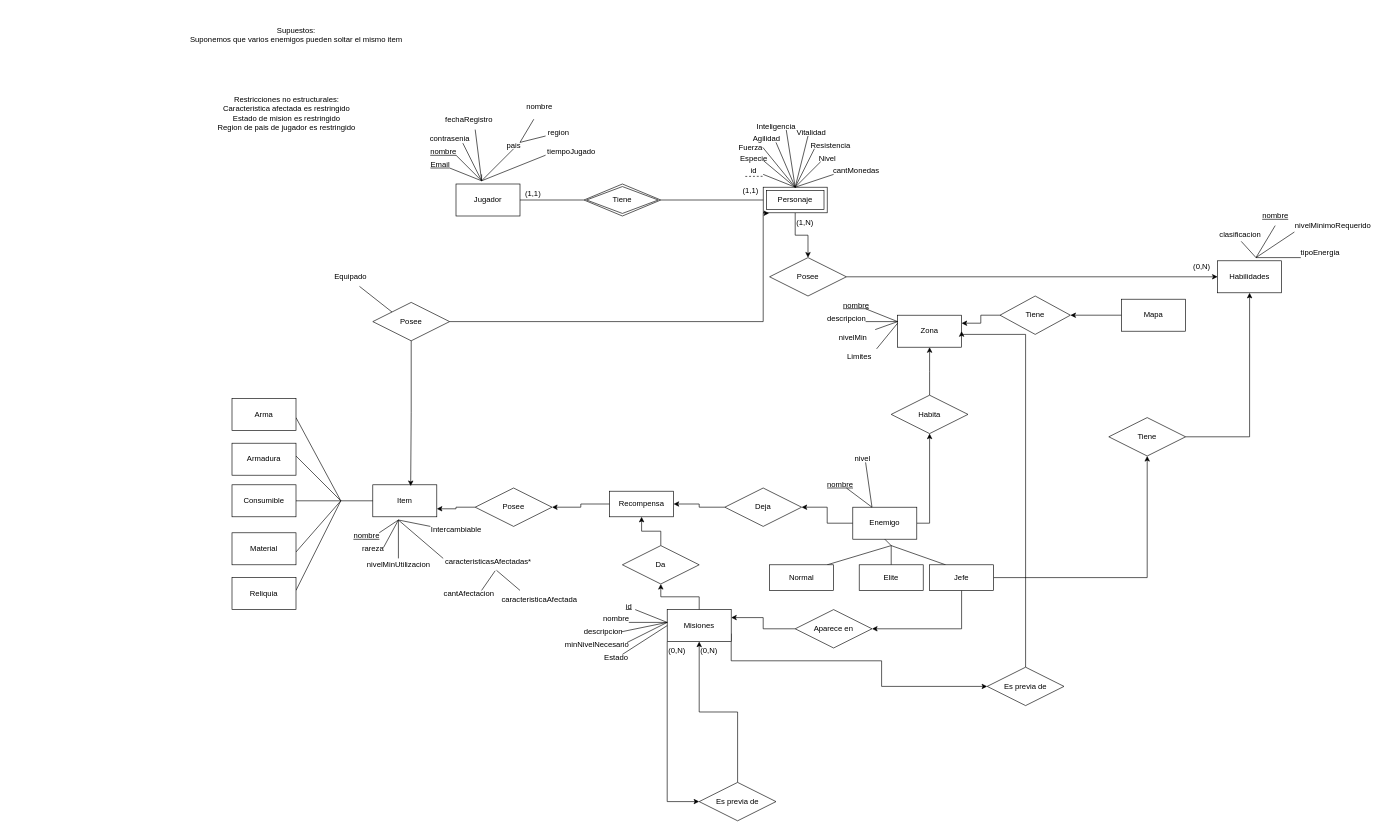
Earlier version of the draw.io diagram DOC/Parte1/Parte1.drawio (MartinAlonsoo/Obligatorio1BD2). Source tidied: cells renumbered, new cells numbered last; positions are measured from the earlier drawing's top-left corner, leaving out a move shared by most shapes. Both pictures are drawn from the tidied source at 64%, with x=0, y=0 at pixel (180, 20).
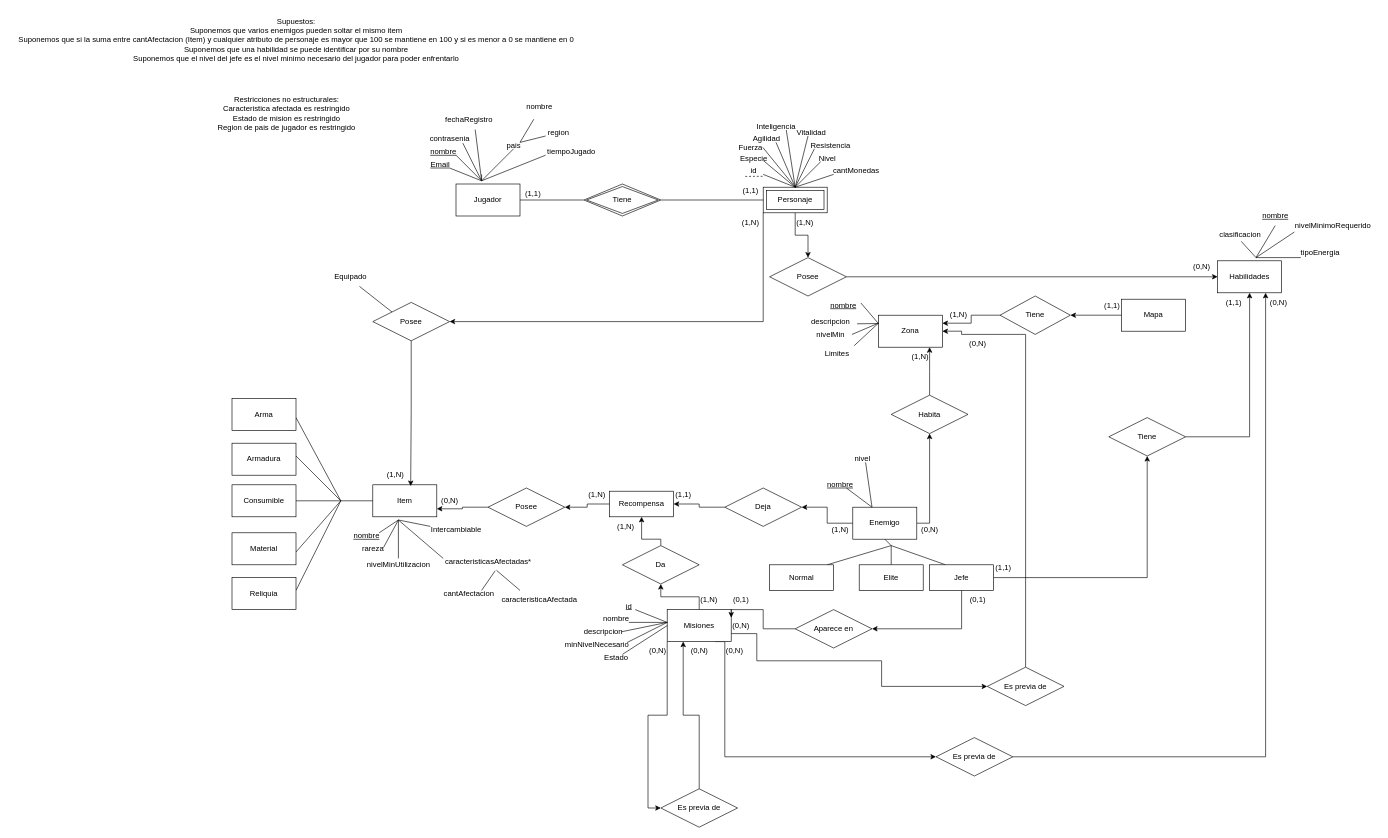
The same page after the edit.

The change refers to these unchanged cells:
```xml
<mxCell id="8" value="Personaje" style="shape=ext;margin=3;double=1;whiteSpace=wrap;html=1;align=center;" parent="1" vertex="1">
  <mxGeometry x="910" y="260" width="100" height="40" as="geometry" />
</mxCell>
<mxCell id="10" value="Habilidades" style="rounded=0;whiteSpace=wrap;html=1;" parent="1" vertex="1">
  <mxGeometry x="1620" y="375" width="100" height="50" as="geometry" />
</mxCell>
<mxCell id="29" value="Misiones" style="rounded=0;whiteSpace=wrap;html=1;" parent="1" vertex="1">
  <mxGeometry x="760" y="920" width="100" height="50" as="geometry" />
</mxCell>
<mxCell id="33" value="Aparece en" style="shape=rhombus;perimeter=rhombusPerimeter;whiteSpace=wrap;html=1;align=center;" parent="1" vertex="1">
  <mxGeometry x="960" y="920" width="120" height="60" as="geometry" />
</mxCell>
<mxCell id="37" value="Recompensa" style="whiteSpace=wrap;html=1;align=center;" parent="1" vertex="1">
  <mxGeometry x="670" y="735" width="100" height="40" as="geometry" />
</mxCell>
<mxCell id="41" value="Da" style="shape=rhombus;perimeter=rhombusPerimeter;whiteSpace=wrap;html=1;align=center;" parent="1" vertex="1">
  <mxGeometry x="690" y="820" width="120" height="60" as="geometry" />
</mxCell>
<mxCell id="46" value="Posee" style="shape=rhombus;perimeter=rhombusPerimeter;whiteSpace=wrap;html=1;align=center;" parent="1" vertex="1">
  <mxGeometry x="300" y="440" width="120" height="60" as="geometry" />
</mxCell>
<mxCell id="124" value="Es previa de" style="shape=rhombus;perimeter=rhombusPerimeter;whiteSpace=wrap;html=1;align=center;" parent="1" vertex="1">
  <mxGeometry x="1260" y="1010" width="120" height="60" as="geometry" />
</mxCell>
```

Diff of the diagram source:
```diff
@@
     <mxCell id="3" value="Zona" style="rounded=0;whiteSpace=wrap;html=1;" parent="1" vertex="1">
-      <mxGeometry x="1120" y="460" width="100" height="50" as="geometry" />
+      <mxGeometry x="1090" y="460" width="100" height="50" as="geometry" />
     </mxCell>
@@
+    <mxCell id="139" style="edgeStyle=orthogonalEdgeStyle;rounded=0;jettySize=auto;html=1;exitX=0;exitY=1;exitDx=0;exitDy=0;entryX=1;entryY=0.5;entryDx=0;entryDy=0;" parent="1" edge="1" source="8" target="46">
+      <mxGeometry relative="1" as="geometry" />
+    </mxCell>
@@
-    <mxCell id="15" value="Supuestos:&lt;br&gt;Suponemos que varios enemigos pueden soltar el mismo item&lt;div&gt;&lt;br&gt;&lt;/div&gt;" style="text;html=1;align=center;verticalAlign=middle;strokeColor=none;fillColor=none;" parent="1" vertex="1">
-      <mxGeometry width="360" height="60" as="geometry" />
+    <mxCell id="15" value="Supuestos:&lt;br&gt;Suponemos que varios enemigos pueden soltar el mismo item&lt;div&gt;Suponemos que si la suma entre cantAfectacion (Item) y cualquier atributo de personaje es mayor que 100 se mantiene en 100 y si es menor a 0 se mantiene en 0&lt;/div&gt;&lt;div&gt;Suponemos que una habilidad se puede identificar por su nombre&lt;/div&gt;&lt;div&gt;Suponemos que el nivel del jefe es el nivel minimo necesario del jugador para poder enfrentarlo&lt;/div&gt;" style="text;html=1;align=center;verticalAlign=middle;strokeColor=none;fillColor=none;" parent="1" vertex="1">
+      <mxGeometry x="-265" y="-15" width="890" height="90" as="geometry" />
     </mxCell>
@@
     <mxCell id="27" style="edgeStyle=orthogonalEdgeStyle;rounded=0;jettySize=auto;html=1;exitX=1;exitY=0.75;exitDx=0;exitDy=0;entryX=0;entryY=0.5;entryDx=0;entryDy=0;" parent="1" edge="1" source="29" target="124">
       <mxGeometry relative="1" as="geometry">
         <Array as="points">
-          <mxPoint x="860" y="1000" />
+          <mxPoint x="900" y="958" />
+          <mxPoint x="900" y="1000" />
           <mxPoint x="1095" y="1000" />
           <mxPoint x="1095" y="1040" />
         </Array>
       </mxGeometry>
     </mxCell>
@@
+    <mxCell id="140" style="edgeStyle=orthogonalEdgeStyle;rounded=0;jettySize=auto;html=1;exitX=0.75;exitY=1;exitDx=0;exitDy=0;entryX=0;entryY=0.5;entryDx=0;entryDy=0;" parent="1" edge="1" source="29" target="142">
+      <mxGeometry relative="1" as="geometry">
+        <Array as="points">
+          <mxPoint x="850" y="970" />
+          <mxPoint x="850" y="1150" />
+        </Array>
+      </mxGeometry>
+    </mxCell>
@@
     <mxCell id="32" style="edgeStyle=orthogonalEdgeStyle;rounded=0;jettySize=auto;html=1;entryX=1;entryY=0.25;entryDx=0;entryDy=0;" parent="1" edge="1" source="33" target="29">
-      <mxGeometry relative="1" as="geometry" />
+      <mxGeometry relative="1" as="geometry">
+        <Array as="points">
+          <mxPoint x="910" y="950" />
+          <mxPoint x="910" y="920" />
+          <mxPoint x="860" y="920" />
+        </Array>
+      </mxGeometry>
     </mxCell>
@@
     <mxCell id="39" value="Posee" style="shape=rhombus;perimeter=rhombusPerimeter;whiteSpace=wrap;html=1;align=center;" parent="1" vertex="1">
-      <mxGeometry x="460" y="730" width="120" height="60" as="geometry" />
+      <mxGeometry x="480" y="730" width="120" height="60" as="geometry" />
     </mxCell>
     <mxCell id="40" style="edgeStyle=orthogonalEdgeStyle;rounded=0;jettySize=auto;html=1;exitX=0.5;exitY=0;exitDx=0;exitDy=0;entryX=0.5;entryY=1;entryDx=0;entryDy=0;" parent="1" edge="1" source="41" target="37">
-      <mxGeometry relative="1" as="geometry" />
+      <mxGeometry relative="1" as="geometry">
+        <Array as="points">
+          <mxPoint x="750" y="810" />
+          <mxPoint x="720" y="810" />
+        </Array>
+      </mxGeometry>
     </mxCell>
@@
     <mxCell id="101" value="&lt;u&gt;nombre&lt;/u&gt;" style="text;html=1;align=center;verticalAlign=middle;points=[];strokeColor=none;fillColor=none;" parent="1" vertex="1">
-      <mxGeometry x="1025" y="430" width="60" height="30" as="geometry" />
+      <mxGeometry x="1005" y="430" width="60" height="30" as="geometry" />
     </mxCell>
-    <mxCell id="102" style="endArrow=none;html=1;rounded=0;" parent="1" edge="1">
+    <mxCell id="102" style="endArrow=none;html=1;rounded=0;entryX=1.022;entryY=0.615;entryDx=0;entryDy=0;entryPerimeter=0;exitX=0.961;exitY=0.363;exitDx=0;exitDy=0;exitPerimeter=0;" parent="1" edge="1" source="101" target="103">
       <mxGeometry relative="1" as="geometry">
-        <mxPoint x="1070" y="450" as="sourcePoint" />
-        <mxPoint x="1070" y="470" as="targetPoint" />
         <Array as="points">
-          <mxPoint x="1120" y="470" />
+          <mxPoint x="1090" y="473" />
         </Array>
       </mxGeometry>
     </mxCell>
     <mxCell id="103" value="descripcion" style="text;html=1;align=center;verticalAlign=middle;points=[];strokeColor=none;fillColor=none;" parent="1" vertex="1">
-      <mxGeometry x="1000" y="450" width="80" height="30" as="geometry" />
+      <mxGeometry x="975" y="455" width="80" height="30" as="geometry" />
     </mxCell>
     <mxCell id="104" value="nivelMin" style="text;html=1;align=center;verticalAlign=middle;points=[];strokeColor=none;fillColor=none;" parent="1" vertex="1">
-      <mxGeometry x="1015" y="480" width="70" height="30" as="geometry" />
+      <mxGeometry x="980" y="475" width="70" height="30" as="geometry" />
     </mxCell>
@@
-    <mxCell id="107" style="endArrow=none;html=1;rounded=0;" parent="1" edge="1" source="104">
-      <mxGeometry relative="1" as="geometry">
-        <mxPoint x="1120" y="470" as="targetPoint" />
-      </mxGeometry>
+    <mxCell id="107" style="endArrow=none;html=1;rounded=0;exitX=0.979;exitY=0.504;exitDx=0;exitDy=0;exitPerimeter=0;entryX=0;entryY=0.25;entryDx=0;entryDy=0;" parent="1" edge="1" source="104" target="3">
+      <mxGeometry relative="1" as="geometry" />
     </mxCell>
-    <mxCell id="108" style="edgeStyle=orthogonalEdgeStyle;rounded=0;jettySize=auto;html=1;exitX=0.5;exitY=0;exitDx=0;exitDy=0;" parent="1" edge="1" source="109" target="29">
+    <mxCell id="108" style="edgeStyle=orthogonalEdgeStyle;rounded=0;jettySize=auto;html=1;exitX=0.5;exitY=0;exitDx=0;exitDy=0;entryX=0.25;entryY=1;entryDx=0;entryDy=0;" parent="1" edge="1" source="109" target="29">
       <mxGeometry relative="1" as="geometry" />
     </mxCell>
     <mxCell id="109" value="Es previa de" style="shape=rhombus;perimeter=rhombusPerimeter;whiteSpace=wrap;html=1;align=center;" parent="1" vertex="1">
-      <mxGeometry x="810" y="1190" width="120" height="60" as="geometry" />
+      <mxGeometry x="750" y="1200" width="120" height="60" as="geometry" />
     </mxCell>
@@
     <mxCell id="128" value="Limites" style="text;html=1;align=center;verticalAlign=middle;points=[];strokeColor=none;fillColor=none;" parent="1" vertex="1">
-      <mxGeometry x="1030" y="510" width="60" height="30" as="geometry" />
+      <mxGeometry x="995" y="505" width="60" height="30" as="geometry" />
     </mxCell>
@@
-    <mxCell id="136" style="edgeStyle=orthogonalEdgeStyle;rounded=0;jettySize=auto;html=1;exitX=1;exitY=0.5;exitDx=0;exitDy=0;entryX=0.092;entryY=1.015;entryDx=0;entryDy=0;entryPerimeter=0;" parent="1" edge="1" source="46" target="8">
-      <mxGeometry relative="1" as="geometry">
-        <Array as="points">
-          <mxPoint x="910" y="470" />
-          <mxPoint x="910" y="301" />
-        </Array>
-      </mxGeometry>
-    </mxCell>
     <mxCell id="137" value="(0,N)" style="text;html=1;align=center;verticalAlign=middle;strokeColor=none;fillColor=none;" parent="1" vertex="1">
-      <mxGeometry x="750" y="970" width="50" height="30" as="geometry" />
+      <mxGeometry x="720" y="970" width="50" height="30" as="geometry" />
     </mxCell>
     <mxCell id="138" value="(0,N)" style="text;html=1;align=center;verticalAlign=middle;strokeColor=none;fillColor=none;" parent="1" vertex="1">
-      <mxGeometry x="800" y="970" width="50" height="30" as="geometry" />
+      <mxGeometry x="785" y="970" width="50" height="30" as="geometry" />
     </mxCell>
+    <mxCell id="141" style="edgeStyle=orthogonalEdgeStyle;rounded=0;jettySize=auto;html=1;exitX=1;exitY=0.5;exitDx=0;exitDy=0;entryX=0.75;entryY=1;entryDx=0;entryDy=0;" parent="1" edge="1" source="142" target="10">
+      <mxGeometry relative="1" as="geometry" />
+    </mxCell>
+    <mxCell id="142" value="Es previa de" style="shape=rhombus;perimeter=rhombusPerimeter;whiteSpace=wrap;html=1;align=center;" parent="1" vertex="1">
+      <mxGeometry x="1180" y="1120" width="120" height="60" as="geometry" />
+    </mxCell>
+    <mxCell id="143" value="(0,N)" style="text;html=1;align=center;verticalAlign=middle;strokeColor=none;fillColor=none;" parent="1" vertex="1">
+      <mxGeometry x="840" y="970" width="50" height="30" as="geometry" />
+    </mxCell>
+    <mxCell id="144" value="(0,N)" style="text;html=1;align=center;verticalAlign=middle;strokeColor=none;fillColor=none;" parent="1" vertex="1">
+      <mxGeometry x="1690" y="425" width="50" height="30" as="geometry" />
+    </mxCell>
+    <mxCell id="145" value="(0,N)" style="text;html=1;align=center;verticalAlign=middle;strokeColor=none;fillColor=none;" parent="1" vertex="1">
+      <mxGeometry x="850" y="930" width="50" height="30" as="geometry" />
+    </mxCell>
+    <mxCell id="146" value="(0,N)" style="text;html=1;align=center;verticalAlign=middle;strokeColor=none;fillColor=none;" parent="1" vertex="1">
+      <mxGeometry x="1220" y="490" width="50" height="30" as="geometry" />
+    </mxCell>
+    <mxCell id="147" value="(1,1)" style="text;html=1;align=center;verticalAlign=middle;strokeColor=none;fillColor=none;" parent="1" vertex="1">
+      <mxGeometry x="1260" y="840" width="50" height="30" as="geometry" />
+    </mxCell>
+    <mxCell id="148" value="(1,1)" style="text;html=1;align=center;verticalAlign=middle;strokeColor=none;fillColor=none;" parent="1" vertex="1">
+      <mxGeometry x="1620" y="425" width="50" height="30" as="geometry" />
+    </mxCell>
+    <mxCell id="149" value="(0,1)" style="text;html=1;align=center;verticalAlign=middle;strokeColor=none;fillColor=none;" parent="1" vertex="1">
+      <mxGeometry x="1220" y="890" width="50" height="30" as="geometry" />
+    </mxCell>
+    <mxCell id="150" value="(1,N)" style="text;html=1;align=center;verticalAlign=middle;strokeColor=none;fillColor=none;" parent="1" vertex="1">
+      <mxGeometry x="800" y="890" width="50" height="30" as="geometry" />
+    </mxCell>
+    <mxCell id="151" value="(1,N)" style="text;html=1;align=center;verticalAlign=middle;strokeColor=none;fillColor=none;" parent="1" vertex="1">
+      <mxGeometry x="670" y="775" width="50" height="30" as="geometry" />
+    </mxCell>
+    <mxCell id="152" value="(1,N)" style="text;html=1;align=center;verticalAlign=middle;strokeColor=none;fillColor=none;" parent="1" vertex="1">
+      <mxGeometry x="625" y="725" width="50" height="30" as="geometry" />
+    </mxCell>
+    <mxCell id="153" value="(0,N)" style="text;html=1;align=center;verticalAlign=middle;strokeColor=none;fillColor=none;" parent="1" vertex="1">
+      <mxGeometry x="395" y="735" width="50" height="30" as="geometry" />
+    </mxCell>
+    <mxCell id="154" value="(1,N)" style="text;html=1;align=center;verticalAlign=middle;strokeColor=none;fillColor=none;" parent="1" vertex="1">
+      <mxGeometry x="865" y="300" width="50" height="30" as="geometry" />
+    </mxCell>
+    <mxCell id="155" value="(1,N)" style="text;html=1;align=center;verticalAlign=middle;strokeColor=none;fillColor=none;" parent="1" vertex="1">
+      <mxGeometry x="310" y="695" width="50" height="30" as="geometry" />
+    </mxCell>
+    <mxCell id="156" value="(0,N)" style="text;html=1;align=center;verticalAlign=middle;strokeColor=none;fillColor=none;" parent="1" vertex="1">
+      <mxGeometry x="1145" y="780" width="50" height="30" as="geometry" />
+    </mxCell>
+    <mxCell id="157" value="(1,N)" style="text;html=1;align=center;verticalAlign=middle;strokeColor=none;fillColor=none;" parent="1" vertex="1">
+      <mxGeometry x="1130" y="510" width="50" height="30" as="geometry" />
+    </mxCell>
+    <mxCell id="158" value="(1,N)" style="text;html=1;align=center;verticalAlign=middle;strokeColor=none;fillColor=none;" parent="1" vertex="1">
+      <mxGeometry x="1005" y="780" width="50" height="30" as="geometry" />
+    </mxCell>
+    <mxCell id="159" value="(1,1)" style="text;html=1;align=center;verticalAlign=middle;strokeColor=none;fillColor=none;" parent="1" vertex="1">
+      <mxGeometry x="760" y="725" width="50" height="30" as="geometry" />
+    </mxCell>
+    <mxCell id="160" value="(1,1)" style="text;html=1;align=center;verticalAlign=middle;strokeColor=none;fillColor=none;" parent="1" vertex="1">
+      <mxGeometry x="1430" y="430" width="50" height="30" as="geometry" />
+    </mxCell>
+    <mxCell id="161" value="(1,N)" style="text;html=1;align=center;verticalAlign=middle;strokeColor=none;fillColor=none;" parent="1" vertex="1">
+      <mxGeometry x="1190" y="445" width="50" height="30" as="geometry" />
+    </mxCell>
+    <mxCell id="162" value="(0,1)" style="text;html=1;align=center;verticalAlign=middle;strokeColor=none;fillColor=none;" parent="1" vertex="1">
+      <mxGeometry x="850" y="890" width="50" height="30" as="geometry" />
+    </mxCell>
```
